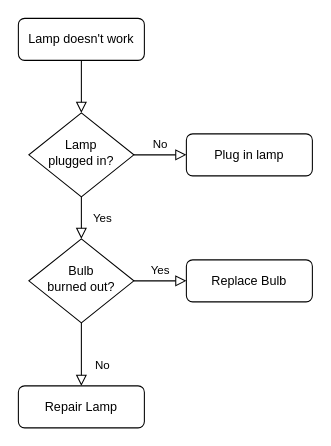
ragavendra/PerfService keeps this draw.io diagram as Untitled Diagram.drawio. Above is the earlier version. Source tidied: cells renumbered, new cells numbered last; positions are measured from the earlier drawing's top-left corner, leaving out a move shared by most shapes. Both pictures are drawn from the tidied source at 105%, with x=0, y=0 at pixel (18, 18).
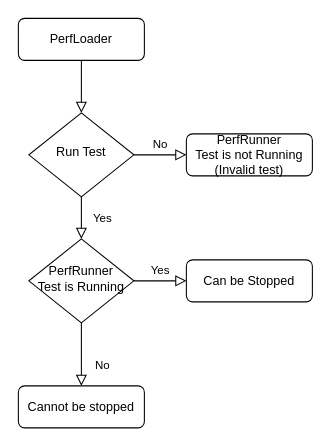
Above is the later version.

What changed in the source:
```diff
@@
 <mxGraphModel>
   <root>
     <mxCell id="0" />
     <mxCell id="1" parent="0" />
     <mxCell id="2" style="rounded=0;html=1;jettySize=auto;fontSize=11;endArrow=block;endFill=0;endSize=8;strokeWidth=1;shadow=0;labelBackgroundColor=none;edgeStyle=orthogonalEdgeStyle;" parent="1" edge="1" source="3" target="6">
       <mxGeometry relative="1" as="geometry" />
     </mxCell>
-    <mxCell id="3" value="Lamp doesn't work" style="rounded=1;whiteSpace=wrap;html=1;fontSize=12;glass=0;strokeWidth=1;shadow=0;" parent="1" vertex="1">
+    <mxCell id="3" value="PerfLoader" style="rounded=1;whiteSpace=wrap;html=1;fontSize=12;glass=0;strokeWidth=1;shadow=0;" parent="1" vertex="1">
       <mxGeometry width="120" height="40" as="geometry" />
     </mxCell>
     <mxCell id="4" value="Yes" style="rounded=0;html=1;jettySize=auto;fontSize=11;endArrow=block;endFill=0;endSize=8;strokeWidth=1;shadow=0;labelBackgroundColor=none;edgeStyle=orthogonalEdgeStyle;" parent="1" edge="1" source="6" target="10">
       <mxGeometry y="20" relative="1" as="geometry" />
     </mxCell>
     <mxCell id="5" value="No" style="edgeStyle=orthogonalEdgeStyle;rounded=0;html=1;jettySize=auto;fontSize=11;endArrow=block;endFill=0;endSize=8;strokeWidth=1;shadow=0;labelBackgroundColor=none;" parent="1" edge="1" source="6" target="7">
       <mxGeometry y="10" relative="1" as="geometry" />
     </mxCell>
-    <mxCell id="6" value="Lamp&lt;br&gt;plugged in?" style="rhombus;whiteSpace=wrap;html=1;shadow=0;fontFamily=Helvetica;fontSize=12;align=center;strokeWidth=1;spacing=6;spacingTop=-4;" parent="1" vertex="1">
+    <mxCell id="6" value="Run Test" style="rhombus;whiteSpace=wrap;html=1;shadow=0;fontFamily=Helvetica;fontSize=12;align=center;strokeWidth=1;spacing=6;spacingTop=-4;" parent="1" vertex="1">
       <mxGeometry x="10" y="90" width="100" height="80" as="geometry" />
     </mxCell>
-    <mxCell id="7" value="Plug in lamp" style="rounded=1;whiteSpace=wrap;html=1;fontSize=12;glass=0;strokeWidth=1;shadow=0;" parent="1" vertex="1">
+    <mxCell id="7" value="PerfRunner&lt;br&gt;Test is not Running (Invalid test)" style="rounded=1;whiteSpace=wrap;html=1;fontSize=12;glass=0;strokeWidth=1;shadow=0;" parent="1" vertex="1">
       <mxGeometry x="160" y="110" width="120" height="40" as="geometry" />
     </mxCell>
     <mxCell id="8" value="No" style="rounded=0;html=1;jettySize=auto;fontSize=11;endArrow=block;endFill=0;endSize=8;strokeWidth=1;shadow=0;labelBackgroundColor=none;edgeStyle=orthogonalEdgeStyle;" parent="1" edge="1" source="10" target="11">
       <mxGeometry x="0.33" y="20" relative="1" as="geometry" />
     </mxCell>
     <mxCell id="9" value="Yes" style="edgeStyle=orthogonalEdgeStyle;rounded=0;html=1;jettySize=auto;fontSize=11;endArrow=block;endFill=0;endSize=8;strokeWidth=1;shadow=0;labelBackgroundColor=none;" parent="1" edge="1" source="10" target="12">
       <mxGeometry y="10" relative="1" as="geometry" />
     </mxCell>
-    <mxCell id="10" value="Bulb&lt;br&gt;burned out?" style="rhombus;whiteSpace=wrap;html=1;shadow=0;fontFamily=Helvetica;fontSize=12;align=center;strokeWidth=1;spacing=6;spacingTop=-4;" parent="1" vertex="1">
+    <mxCell id="10" value="PerfRunner&lt;br&gt;Test is Running" style="rhombus;whiteSpace=wrap;html=1;shadow=0;fontFamily=Helvetica;fontSize=12;align=center;strokeWidth=1;spacing=6;spacingTop=-4;" parent="1" vertex="1">
       <mxGeometry x="10" y="210" width="100" height="80" as="geometry" />
     </mxCell>
-    <mxCell id="11" value="Repair Lamp" style="rounded=1;whiteSpace=wrap;html=1;fontSize=12;glass=0;strokeWidth=1;shadow=0;" parent="1" vertex="1">
+    <mxCell id="11" value="Cannot be stopped" style="rounded=1;whiteSpace=wrap;html=1;fontSize=12;glass=0;strokeWidth=1;shadow=0;" parent="1" vertex="1">
       <mxGeometry y="350" width="120" height="40" as="geometry" />
     </mxCell>
-    <mxCell id="12" value="Replace Bulb" style="rounded=1;whiteSpace=wrap;html=1;fontSize=12;glass=0;strokeWidth=1;shadow=0;" parent="1" vertex="1">
+    <mxCell id="12" value="Can be Stopped" style="rounded=1;whiteSpace=wrap;html=1;fontSize=12;glass=0;strokeWidth=1;shadow=0;" parent="1" vertex="1">
       <mxGeometry x="160" y="230" width="120" height="40" as="geometry" />
     </mxCell>
   </root>
 </mxGraphModel>
```
